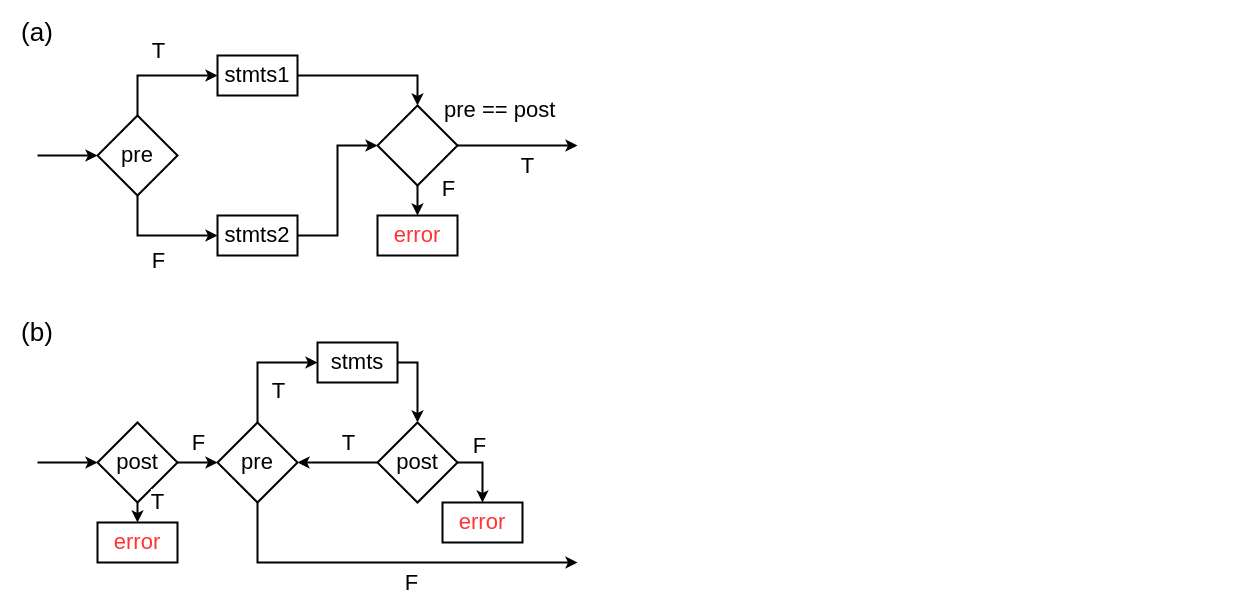
The draw.io diagram controlflow.drawio in GiggleLiu/nilangpaper, before the edit. Source tidied: cells renumbered, new cells numbered last; positions are measured from the earlier drawing's top-left corner, leaving out a move shared by most shapes. Both pictures are drawn from the tidied source at 100%, with x=0, y=0 at pixel (17, 22).
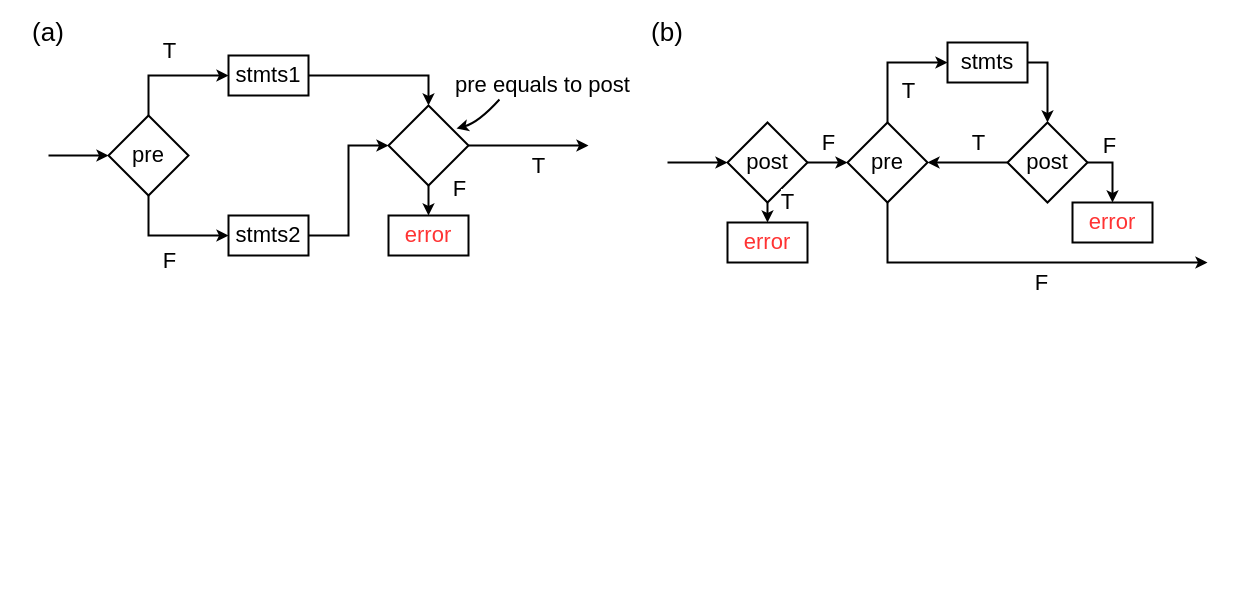
After the change.

The edit, as a diff of the source:
```diff
@@
     <mxCell id="3" value="&lt;font style=&quot;font-size: 22px&quot;&gt;pre&lt;/font&gt;" style="strokeWidth=2;html=1;shape=mxgraph.flowchart.decision;whiteSpace=wrap;fontFamily=Helvetica;" parent="1" vertex="1">
-      <mxGeometry x="80" y="93" width="80" height="80" as="geometry" />
+      <mxGeometry x="91" y="93" width="80" height="80" as="geometry" />
     </mxCell>
     <mxCell id="4" style="strokeWidth=2;html=1;shape=mxgraph.flowchart.decision;whiteSpace=wrap;fontFamily=Helvetica;" parent="1" vertex="1">
-      <mxGeometry x="360" y="83" width="80" height="80" as="geometry" />
+      <mxGeometry x="371" y="83" width="80" height="80" as="geometry" />
     </mxCell>
     <mxCell id="5" style="endArrow=classic;html=1;strokeWidth=2;entryX=0;entryY=0.5;entryDx=0;entryDy=0;entryPerimeter=0;fontFamily=Helvetica;" parent="1" edge="1" target="3">
       <mxGeometry relative="1" as="geometry">
-        <mxPoint x="20" y="133" as="sourcePoint" />
+        <mxPoint x="31" y="133" as="sourcePoint" />
       </mxGeometry>
     </mxCell>
     <mxCell id="6" value="&lt;font style=&quot;font-size: 22px&quot;&gt;stmts1&lt;/font&gt;" style="rounded=0;whiteSpace=wrap;html=1;strokeWidth=2;fontFamily=Helvetica;" parent="1" vertex="1">
-      <mxGeometry x="200" y="33" width="80" height="40" as="geometry" />
+      <mxGeometry x="211" y="33" width="80" height="40" as="geometry" />
     </mxCell>
     <mxCell id="7" value="&lt;font style=&quot;font-size: 22px&quot;&gt;stmts2&lt;/font&gt;" style="rounded=0;whiteSpace=wrap;html=1;strokeWidth=2;fontFamily=Helvetica;" parent="1" vertex="1">
-      <mxGeometry x="200" y="193" width="80" height="40" as="geometry" />
+      <mxGeometry x="211" y="193" width="80" height="40" as="geometry" />
     </mxCell>
     <mxCell id="8" style="edgeStyle=orthogonalEdgeStyle;rounded=0;jettySize=auto;html=1;strokeWidth=2;exitX=1;exitY=0.5;exitDx=0;exitDy=0;entryX=0;entryY=0.5;entryDx=0;entryDy=0;entryPerimeter=0;fontFamily=Helvetica;" parent="1" edge="1" source="7" target="4">
       <mxGeometry relative="1" as="geometry">
         <Array as="points">
-          <mxPoint x="320" y="213" />
-          <mxPoint x="320" y="123" />
+          <mxPoint x="331" y="213" />
+          <mxPoint x="331" y="123" />
         </Array>
       </mxGeometry>
     </mxCell>
@@
     <mxCell id="13" style="edgeStyle=orthogonalEdgeStyle;rounded=0;jettySize=auto;html=1;strokeWidth=2;exitX=1;exitY=0.5;exitDx=0;exitDy=0;exitPerimeter=0;fontFamily=Helvetica;" parent="1" edge="1" source="4">
       <mxGeometry relative="1" as="geometry">
-        <mxPoint x="560" y="123" as="targetPoint" />
+        <mxPoint x="571" y="123" as="targetPoint" />
         <Array as="points">
-          <mxPoint x="560" y="123" />
+          <mxPoint x="571" y="123" />
         </Array>
       </mxGeometry>
     </mxCell>
@@
     <mxCell id="17" value="&lt;font style=&quot;font-size: 22px&quot; color=&quot;#ff3333&quot;&gt;error&lt;/font&gt;" style="rounded=0;whiteSpace=wrap;html=1;strokeWidth=2;fontFamily=Helvetica;" parent="1" vertex="1">
-      <mxGeometry x="360" y="193" width="80" height="40" as="geometry" />
+      <mxGeometry x="371" y="193" width="80" height="40" as="geometry" />
     </mxCell>
     <mxCell id="18" style="edgeStyle=orthogonalEdgeStyle;rounded=0;jettySize=auto;html=1;strokeWidth=2;exitX=1;exitY=0.5;exitDx=0;exitDy=0;entryX=0.5;entryY=0;entryDx=0;entryDy=0;entryPerimeter=0;fontFamily=Helvetica;" parent="1" edge="1" source="22" target="20">
       <mxGeometry relative="1" as="geometry">
         <Array as="points">
-          <mxPoint x="400" y="340" />
+          <mxPoint x="1030" y="40" />
         </Array>
       </mxGeometry>
     </mxCell>
     <mxCell id="19" value="&lt;font style=&quot;font-size: 22px&quot;&gt;post&lt;/font&gt;" style="strokeWidth=2;html=1;shape=mxgraph.flowchart.decision;whiteSpace=wrap;fontFamily=Helvetica;" parent="1" vertex="1">
-      <mxGeometry x="80" y="400" width="80" height="80" as="geometry" />
+      <mxGeometry x="710" y="100" width="80" height="80" as="geometry" />
     </mxCell>
     <mxCell id="20" value="&lt;font style=&quot;font-size: 22px&quot;&gt;post&lt;/font&gt;" style="strokeWidth=2;html=1;shape=mxgraph.flowchart.decision;whiteSpace=wrap;fontFamily=Helvetica;" parent="1" vertex="1">
-      <mxGeometry x="360" y="400" width="80" height="80" as="geometry" />
+      <mxGeometry x="990" y="100" width="80" height="80" as="geometry" />
     </mxCell>
     <mxCell id="21" style="endArrow=classic;html=1;strokeWidth=2;entryX=0;entryY=0.5;entryDx=0;entryDy=0;entryPerimeter=0;fontFamily=Helvetica;" parent="1" edge="1" target="19">
       <mxGeometry relative="1" as="geometry">
-        <mxPoint x="20" y="440" as="sourcePoint" />
+        <mxPoint x="650" y="140" as="sourcePoint" />
       </mxGeometry>
     </mxCell>
     <mxCell id="22" value="&lt;font style=&quot;font-size: 22px&quot;&gt;stmts&lt;br&gt;&lt;/font&gt;" style="rounded=0;whiteSpace=wrap;html=1;strokeWidth=2;fontFamily=Helvetica;" parent="1" vertex="1">
-      <mxGeometry x="300" y="320" width="80" height="40" as="geometry" />
+      <mxGeometry x="930" y="20" width="80" height="40" as="geometry" />
     </mxCell>
@@
     <mxCell id="31" value="&lt;font style=&quot;font-size: 22px&quot; color=&quot;#ff3333&quot;&gt;error&lt;/font&gt;" style="rounded=0;whiteSpace=wrap;html=1;strokeWidth=2;fontFamily=Helvetica;" parent="1" vertex="1">
-      <mxGeometry x="425" y="480" width="80" height="40" as="geometry" />
+      <mxGeometry x="1055" y="180" width="80" height="40" as="geometry" />
     </mxCell>
     <mxCell id="32" value="&lt;font style=&quot;font-size: 22px&quot;&gt;pre&lt;/font&gt;" style="strokeWidth=2;html=1;shape=mxgraph.flowchart.decision;whiteSpace=wrap;fontFamily=Helvetica;" parent="1" vertex="1">
-      <mxGeometry x="200" y="400" width="80" height="80" as="geometry" />
+      <mxGeometry x="830" y="100" width="80" height="80" as="geometry" />
     </mxCell>
@@
     <mxCell id="34" value="&lt;font style=&quot;font-size: 22px&quot; color=&quot;#ff3333&quot;&gt;error&lt;/font&gt;" style="rounded=0;whiteSpace=wrap;html=1;strokeWidth=2;fontFamily=Helvetica;" parent="1" vertex="1">
-      <mxGeometry x="80" y="500" width="80" height="40" as="geometry" />
+      <mxGeometry x="710" y="200" width="80" height="40" as="geometry" />
     </mxCell>
     <mxCell id="35" style="edgeStyle=orthogonalEdgeStyle;rounded=0;jettySize=auto;html=1;strokeWidth=2;exitX=0.5;exitY=1;exitDx=0;exitDy=0;exitPerimeter=0;fontFamily=Helvetica;" parent="1" edge="1" source="32">
       <mxGeometry relative="1" as="geometry">
-        <mxPoint x="560" y="540" as="targetPoint" />
+        <mxPoint x="1190" y="240" as="targetPoint" />
         <Array as="points">
-          <mxPoint x="240" y="540" />
+          <mxPoint x="870" y="240" />
         </Array>
       </mxGeometry>
     </mxCell>
@@
-    <mxCell id="37" value="&lt;font style=&quot;font-size: 22px&quot;&gt;pre == post&lt;/font&gt;" style="text;html=1;fontFamily=Helvetica;labelBackgroundColor=#ffffff;" parent="1" vertex="1">
-      <mxGeometry x="425" y="68" width="120" height="30" as="geometry" />
+    <mxCell id="37" value="&lt;font style=&quot;font-size: 22px&quot;&gt;pre equals to post&lt;/font&gt;" style="text;html=1;fontFamily=Helvetica;labelBackgroundColor=#ffffff;" parent="1" vertex="1">
+      <mxGeometry x="436" y="43" width="120" height="30" as="geometry" />
     </mxCell>
     <mxCell id="38" value="(a)" style="text;html=1;strokeColor=none;fillColor=none;align=center;verticalAlign=middle;whiteSpace=wrap;rounded=0;labelBackgroundColor=#ffffff;fontFamily=Helvetica;fontSize=26;" parent="1" vertex="1">
-      <mxGeometry width="40" height="20" as="geometry" />
+      <mxGeometry x="11" width="40" height="20" as="geometry" />
     </mxCell>
     <mxCell id="39" value="(b)" style="text;html=1;strokeColor=none;fillColor=none;align=center;verticalAlign=middle;whiteSpace=wrap;rounded=0;labelBackgroundColor=#ffffff;fontFamily=Helvetica;fontSize=26;" parent="1" vertex="1">
-      <mxGeometry y="300" width="40" height="20" as="geometry" />
+      <mxGeometry x="630" width="40" height="20" as="geometry" />
     </mxCell>
+    <mxCell id="40" style="curved=1;endArrow=classic;html=1;entryX=0.85;entryY=0.288;entryDx=0;entryDy=0;entryPerimeter=0;exitX=0.383;exitY=1.133;exitDx=0;exitDy=0;exitPerimeter=0;strokeWidth=2;" parent="1" edge="1" source="37" target="4">
+      <mxGeometry relative="1" as="geometry">
+        <Array as="points">
+          <mxPoint x="461" y="100" />
+        </Array>
+      </mxGeometry>
+    </mxCell>
```
